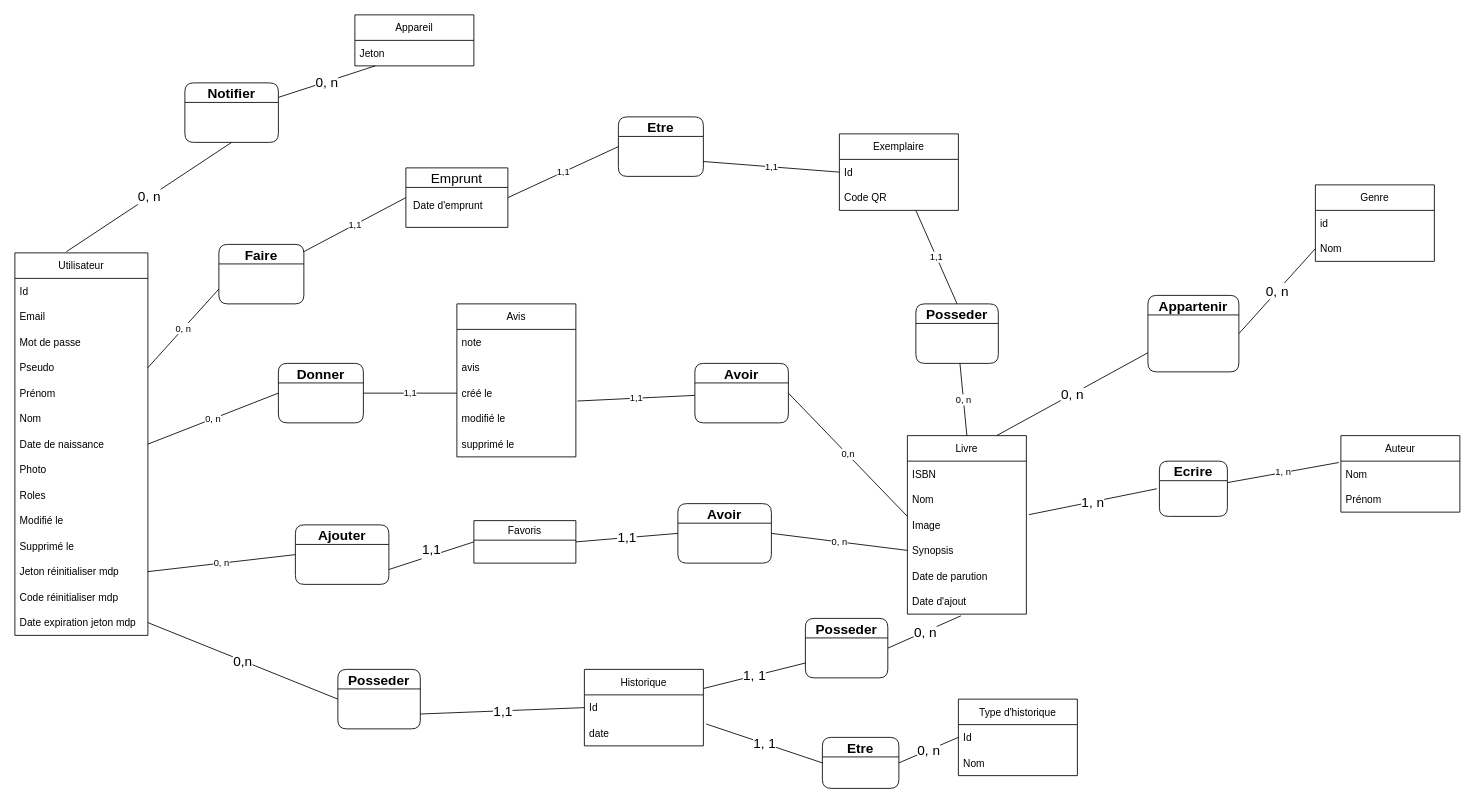
Before: MCD_Deepkit.drawio in alexandre-scalisi/DeepkitMCD, a draw.io diagram. Source tidied: cells renumbered, new cells numbered last; positions are measured from the earlier drawing's top-left corner, leaving out a move shared by most shapes. Both pictures are drawn from the tidied source at 85%, with x=0, y=0 at pixel (14, 14).
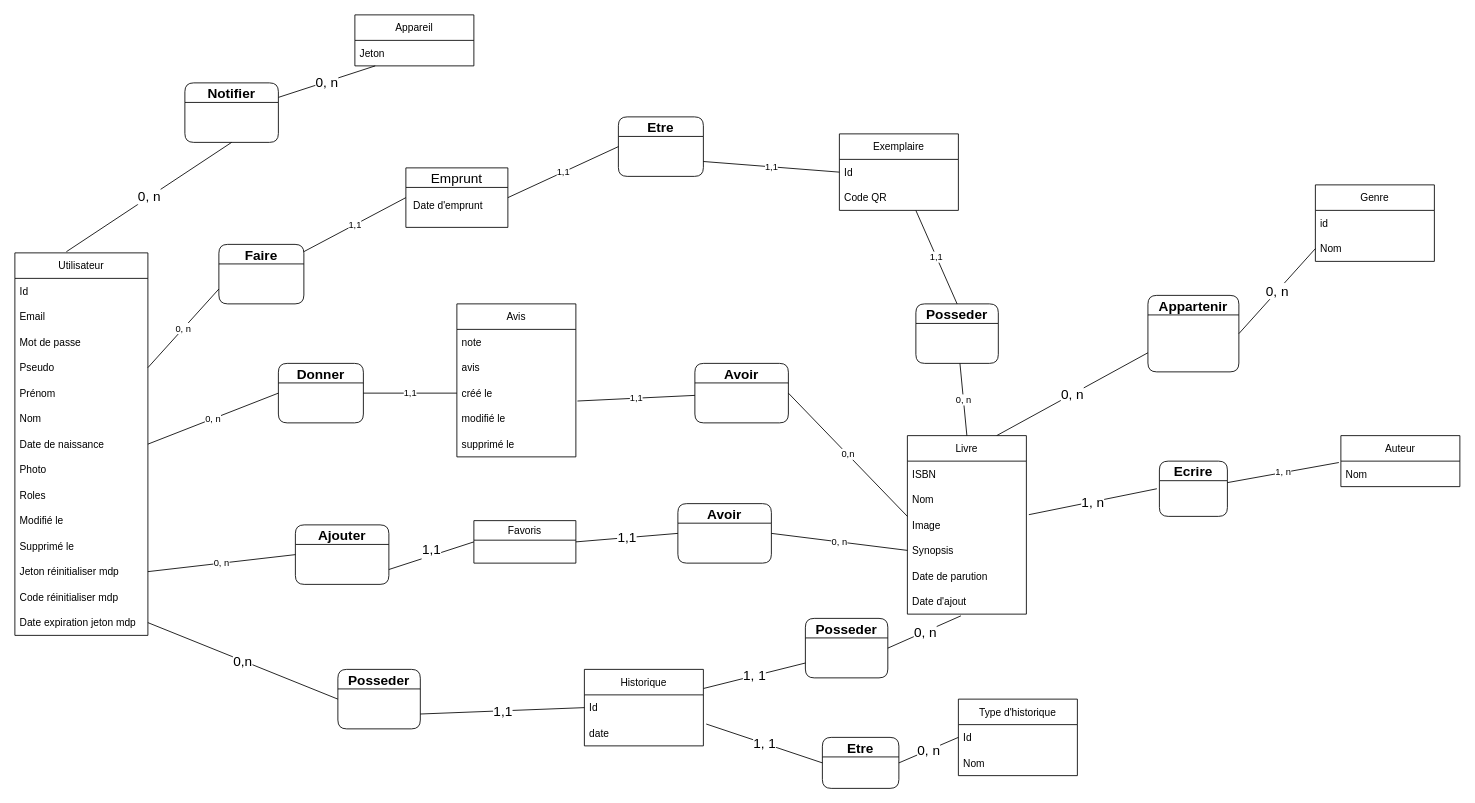
The same diagram, later.

What changed in the source:
```diff
@@
     <mxCell id="62" value="Auteur" style="swimlane;fontStyle=0;horizontal=1;startSize=30;" parent="1" vertex="1">
-      <mxGeometry x="1560" y="495" width="140" height="90" as="geometry" />
+      <mxGeometry x="1560" y="495" width="140" height="60" as="geometry" />
     </mxCell>
@@
-    <mxCell id="64" value="Prénom" style="text;strokeColor=none;fillColor=none;align=left;verticalAlign=middle;spacingLeft=4;spacingRight=4;overflow=hidden;" parent="62" vertex="1">
-      <mxGeometry y="60" width="140" height="30" as="geometry" />
-    </mxCell>
```
